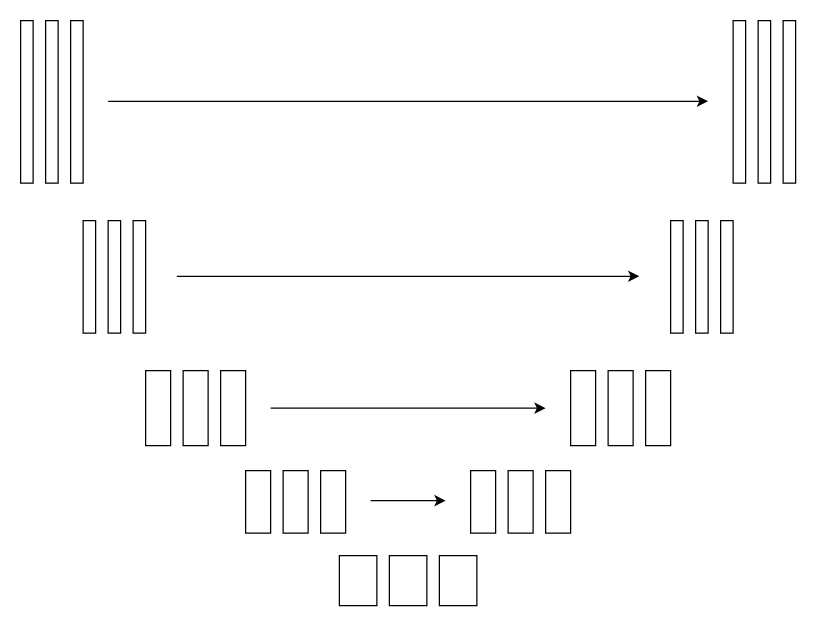
This is imgs/unet.drawio from trevorwitter/carotid-segmentation, a draw.io file, before an edit. Source tidied: cells renumbered, new cells numbered last; positions are measured from the earlier drawing's top-left corner, leaving out a move shared by most shapes. Both pictures are drawn from the tidied source at 125%, with x=0, y=0 at pixel (20, 20).
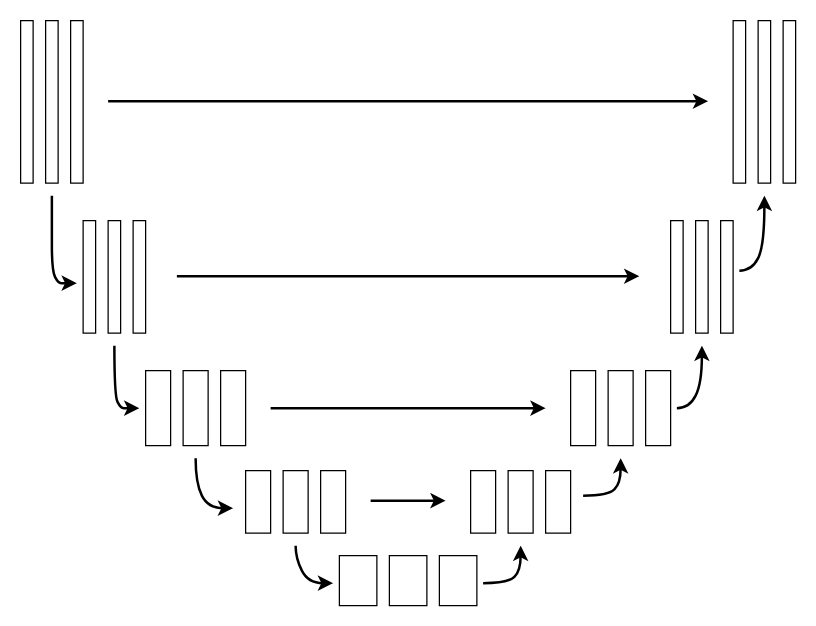
The same diagram, later.

Change to the diagram source:
```diff
@@
-<mxGraphModel>
+<mxGraphModel background="#ffffff">
@@
-    <mxCell id="29" style="endArrow=classic;html=1;strokeColor=#000000;" parent="1" edge="1">
+    <mxCell id="29" style="endArrow=classic;html=1;strokeColor=#000000;strokeWidth=2;" parent="1" edge="1">
       <mxGeometry relative="1" as="geometry">
         <mxPoint x="70" y="64.5" as="sourcePoint" />
         <mxPoint x="550" y="64.5" as="targetPoint" />
       </mxGeometry>
     </mxCell>
-    <mxCell id="30" style="endArrow=classic;html=1;strokeColor=#000000;" parent="1" edge="1">
+    <mxCell id="30" style="endArrow=classic;html=1;strokeColor=#000000;strokeWidth=2;" parent="1" edge="1">
       <mxGeometry relative="1" as="geometry">
         <mxPoint x="125" y="204.5" as="sourcePoint" />
         <mxPoint x="495" y="204.5" as="targetPoint" />
       </mxGeometry>
     </mxCell>
-    <mxCell id="31" style="endArrow=classic;html=1;strokeColor=#000000;" parent="1" edge="1">
+    <mxCell id="31" style="endArrow=classic;html=1;strokeColor=#000000;strokeWidth=2;" parent="1" edge="1">
       <mxGeometry relative="1" as="geometry">
         <mxPoint x="200" y="310" as="sourcePoint" />
         <mxPoint x="420" y="310" as="targetPoint" />
       </mxGeometry>
     </mxCell>
-    <mxCell id="32" style="endArrow=classic;html=1;strokeColor=#000000;" parent="1" edge="1">
+    <mxCell id="32" style="endArrow=classic;html=1;strokeColor=#000000;strokeWidth=2;" parent="1" edge="1">
       <mxGeometry relative="1" as="geometry">
         <mxPoint x="280" y="384" as="sourcePoint" />
         <mxPoint x="340" y="384" as="targetPoint" />
       </mxGeometry>
     </mxCell>
+    <mxCell id="33" style="curved=1;endArrow=classic;html=1;strokeColor=#000000;strokeWidth=2;jumpSize=12;" parent="1" edge="1">
+      <mxGeometry relative="1" as="geometry">
+        <mxPoint x="25" y="140" as="sourcePoint" />
+        <mxPoint x="45" y="210" as="targetPoint" />
+        <Array as="points">
+          <mxPoint x="25" y="160" />
+          <mxPoint x="25" y="200" />
+          <mxPoint x="30" y="210" />
+          <mxPoint x="35" y="210" />
+        </Array>
+      </mxGeometry>
+    </mxCell>
+    <mxCell id="34" style="curved=1;endArrow=classic;html=1;strokeColor=#000000;strokeWidth=2;jumpSize=12;" parent="1" edge="1">
+      <mxGeometry relative="1" as="geometry">
+        <mxPoint x="75" y="260" as="sourcePoint" />
+        <mxPoint x="95" y="310" as="targetPoint" />
+        <Array as="points">
+          <mxPoint x="75" y="260" />
+          <mxPoint x="75" y="300" />
+          <mxPoint x="80" y="310" />
+          <mxPoint x="85" y="310" />
+        </Array>
+      </mxGeometry>
+    </mxCell>
+    <mxCell id="35" style="curved=1;endArrow=classic;html=1;strokeColor=#000000;strokeWidth=2;jumpSize=12;" parent="1" edge="1">
+      <mxGeometry relative="1" as="geometry">
+        <mxPoint x="140" y="350" as="sourcePoint" />
+        <mxPoint x="170" y="390" as="targetPoint" />
+        <Array as="points">
+          <mxPoint x="140" y="370" />
+          <mxPoint x="150" y="390" />
+        </Array>
+      </mxGeometry>
+    </mxCell>
+    <mxCell id="36" style="curved=1;endArrow=classic;html=1;strokeColor=#000000;strokeWidth=2;jumpSize=12;" parent="1" edge="1">
+      <mxGeometry relative="1" as="geometry">
+        <mxPoint x="220" y="420" as="sourcePoint" />
+        <mxPoint x="250" y="450" as="targetPoint" />
+        <Array as="points">
+          <mxPoint x="220" y="430" />
+          <mxPoint x="230" y="450" />
+        </Array>
+      </mxGeometry>
+    </mxCell>
+    <mxCell id="37" style="curved=1;endArrow=classic;html=1;strokeColor=#000000;strokeWidth=2;jumpSize=12;" parent="1" edge="1">
+      <mxGeometry relative="1" as="geometry">
+        <mxPoint x="370" y="450" as="sourcePoint" />
+        <mxPoint x="400" y="420" as="targetPoint" />
+        <Array as="points">
+          <mxPoint x="390" y="450" />
+          <mxPoint x="400" y="440" />
+        </Array>
+      </mxGeometry>
+    </mxCell>
+    <mxCell id="38" style="curved=1;endArrow=classic;html=1;strokeColor=#000000;strokeWidth=2;jumpSize=12;" parent="1" edge="1">
+      <mxGeometry relative="1" as="geometry">
+        <mxPoint x="450" y="380" as="sourcePoint" />
+        <mxPoint x="480" y="350" as="targetPoint" />
+        <Array as="points">
+          <mxPoint x="470" y="380" />
+          <mxPoint x="480" y="370" />
+        </Array>
+      </mxGeometry>
+    </mxCell>
+    <mxCell id="39" style="curved=1;endArrow=classic;html=1;strokeColor=#000000;strokeWidth=2;jumpSize=12;" parent="1" edge="1">
+      <mxGeometry relative="1" as="geometry">
+        <mxPoint x="525" y="310" as="sourcePoint" />
+        <mxPoint x="545" y="260" as="targetPoint" />
+        <Array as="points">
+          <mxPoint x="535" y="310" />
+          <mxPoint x="545" y="290" />
+        </Array>
+      </mxGeometry>
+    </mxCell>
+    <mxCell id="40" style="curved=1;endArrow=classic;html=1;strokeColor=#000000;strokeWidth=2;jumpSize=12;" parent="1" edge="1">
+      <mxGeometry relative="1" as="geometry">
+        <mxPoint x="575" y="200" as="sourcePoint" />
+        <mxPoint x="595" y="140" as="targetPoint" />
+        <Array as="points">
+          <mxPoint x="585" y="200" />
+          <mxPoint x="595" y="180" />
+        </Array>
+      </mxGeometry>
+    </mxCell>
```
